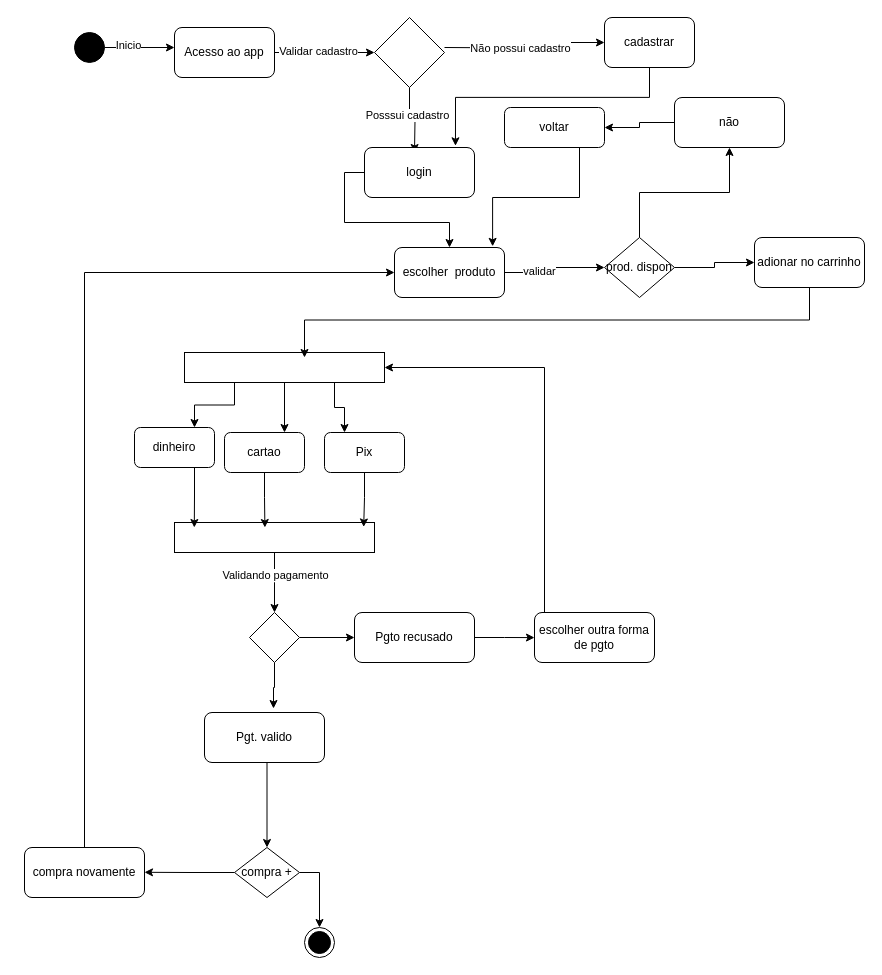
This is Diagrama sem nome.drawio from gleicimarribeiropereiraa-hue/curso_proz_aulas, a draw.io file, before an edit. Source tidied: cells renumbered, new cells numbered last; positions are measured from the earlier drawing's top-left corner, leaving out a move shared by most shapes. Both pictures are drawn from the tidied source at 100%, with x=0, y=0 at pixel (24, 17).
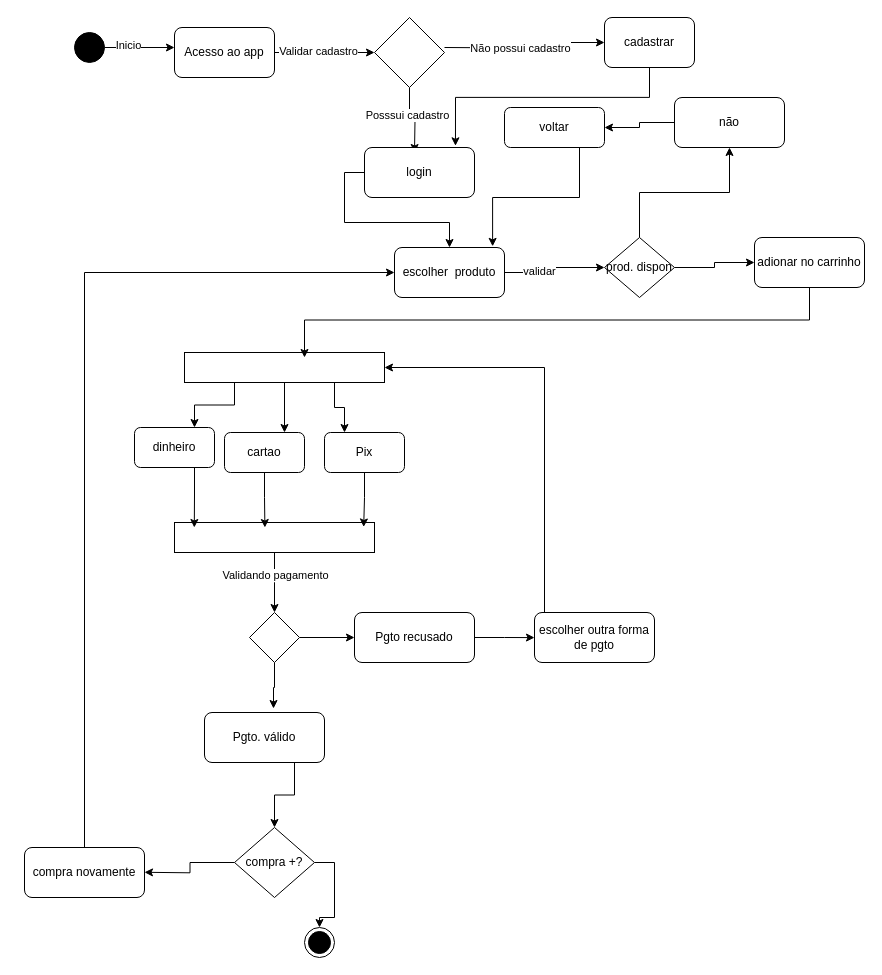
Above is the later version.

Diff of the diagram source:
```diff
@@
-    <mxCell id="26" style="edgeStyle=orthogonalEdgeStyle;rounded=0;jettySize=auto;html=1;exitX=0.5;exitY=1;exitDx=0;exitDy=0;entryX=0.5;entryY=0;entryDx=0;entryDy=0;" parent="1" edge="1" source="27" target="48">
-      <mxGeometry relative="1" as="geometry">
-        <Array as="points">
-          <mxPoint x="242.5" y="745" />
-        </Array>
-      </mxGeometry>
+    <mxCell id="26" style="edgeStyle=orthogonalEdgeStyle;rounded=0;jettySize=auto;html=1;exitX=0.75;exitY=1;exitDx=0;exitDy=0;entryX=0.5;entryY=0;entryDx=0;entryDy=0;" parent="1" edge="1" source="27" target="48">
+      <mxGeometry relative="1" as="geometry" />
     </mxCell>
-    <mxCell id="27" value="Pgt. valido" style="rounded=1;whiteSpace=wrap;html=1;" parent="1" vertex="1">
+    <mxCell id="27" value="Pgto. válido" style="rounded=1;whiteSpace=wrap;html=1;" parent="1" vertex="1">
       <mxGeometry x="180" y="695" width="120" height="50" as="geometry" />
     </mxCell>
@@
-    <mxCell id="48" value="compra +" style="rhombus;whiteSpace=wrap;html=1;shapeInside=1;" parent="1" vertex="1">
-      <mxGeometry x="210" y="830" width="65" height="50" as="geometry" />
+    <mxCell id="48" value="compra +?" style="rhombus;whiteSpace=wrap;html=1;shapeInside=1;" parent="1" vertex="1">
+      <mxGeometry x="210" y="810" width="80" height="70" as="geometry" />
     </mxCell>
```
